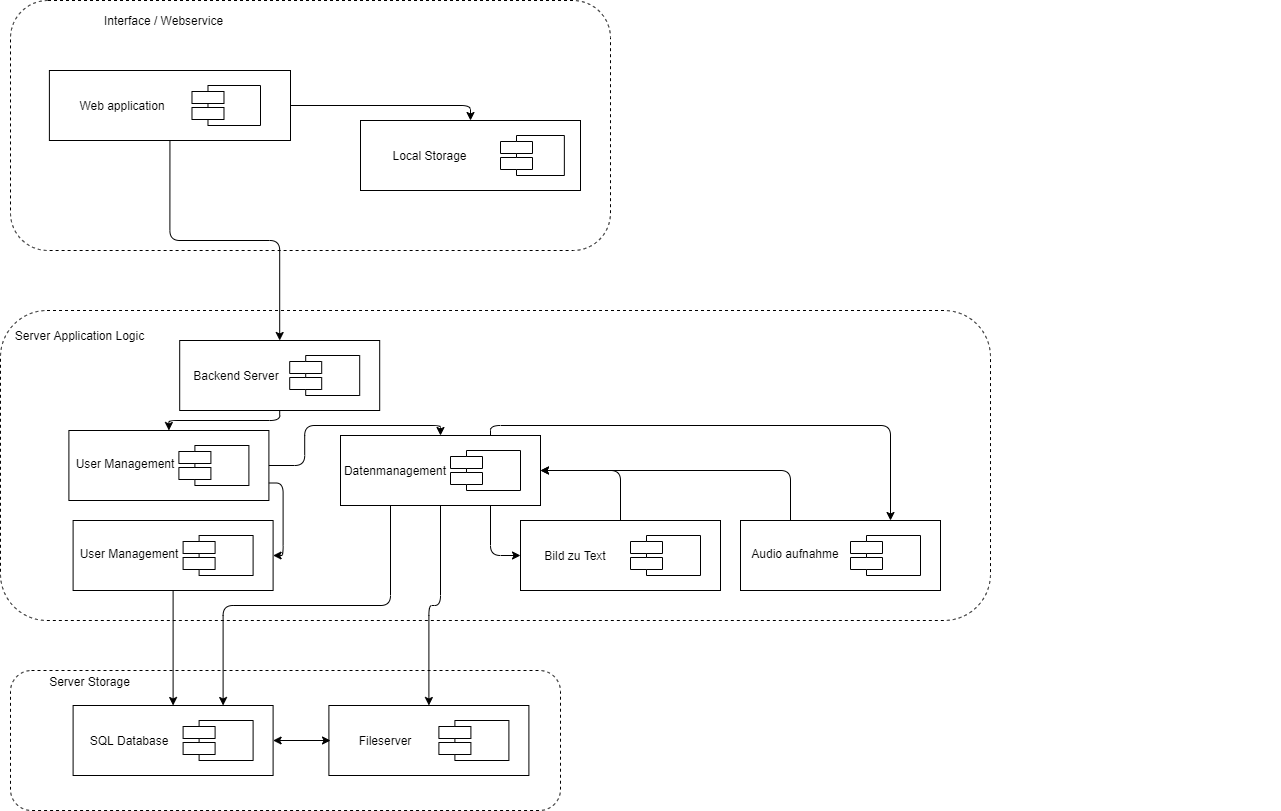
MindCollector-Softwareprojekt2021/MindCollector keeps this draw.io diagram as technische Beschreibung/systemarchitekturdiagramm.png. Above is the earlier version. Source tidied: cells renumbered, new cells last; positions are measured from the earlier drawing's top-left corner, leaving out a move shared by most shapes.
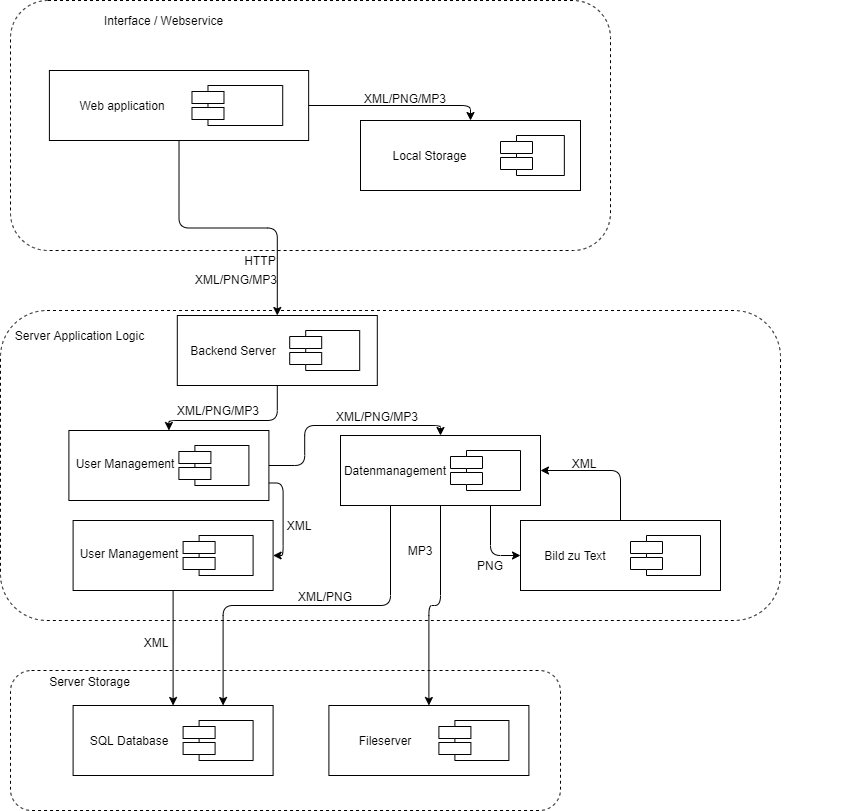
Later version of the same file.

Change to the diagram source:
```diff
@@ -3,25 +3,25 @@
     <mxCell id="0" />
     <mxCell id="1" parent="0" />
     <mxCell id="2" style="group;" parent="1" vertex="1">
-      <mxGeometry y="310" width="1280" height="310" as="geometry" />
+      <mxGeometry y="310" width="780" height="310" as="geometry" />
     </mxCell>
     <mxCell id="3" style="rounded=1;whiteSpace=wrap;html=1;dashed=1;" parent="2" vertex="1">
-      <mxGeometry width="990" height="310" as="geometry" />
+      <mxGeometry width="780" height="310" as="geometry" />
     </mxCell>
     <mxCell id="4" value="Server Application Logic" style="text;html=1;strokeColor=none;fillColor=none;align=center;verticalAlign=middle;whiteSpace=wrap;rounded=0;dashed=1;" parent="2" vertex="1">
       <mxGeometry x="8.4" y="12.4" width="143.2" height="24.8" as="geometry" />
     </mxCell>
     <mxCell id="5" style="shape=component;align=left;spacingLeft=36;rounded=0;shadow=0;comic=0;labelBackgroundColor=none;strokeWidth=1;fontFamily=Verdana;fontSize=12;html=1;" parent="2" vertex="1">
-      <mxGeometry x="279.2" y="35" width="70" height="40" as="geometry" />
+      <mxGeometry x="279.2" y="20" width="70" height="40" as="geometry" />
     </mxCell>
     <mxCell id="6" style="html=1;rounded=0;shadow=0;comic=0;labelBackgroundColor=none;strokeWidth=1;fontFamily=Verdana;fontSize=12;align=center;" parent="2" vertex="1">
-      <mxGeometry x="179.2" y="30" width="200" height="70" as="geometry" />
+      <mxGeometry x="176.8" y="5" width="200" height="70" as="geometry" />
     </mxCell>
     <mxCell id="7" style="shape=component;align=left;spacingLeft=36;rounded=0;shadow=0;comic=0;labelBackgroundColor=none;strokeWidth=1;fontFamily=Verdana;fontSize=12;html=1;" parent="2" vertex="1">
-      <mxGeometry x="289.2" y="45" width="70" height="40" as="geometry" />
+      <mxGeometry x="289.2" y="20" width="70" height="40" as="geometry" />
     </mxCell>
     <mxCell id="8" value="Backend Server" style="text;html=1;strokeColor=none;fillColor=none;align=center;verticalAlign=middle;whiteSpace=wrap;rounded=0;dashed=1;" parent="2" vertex="1">
-      <mxGeometry x="170.8" y="55" width="129.6" height="20" as="geometry" />
+      <mxGeometry x="168.4" y="30" width="129.6" height="20" as="geometry" />
     </mxCell>
     <mxCell id="9" style="shape=component;align=left;spacingLeft=36;rounded=0;shadow=0;comic=0;labelBackgroundColor=none;strokeWidth=1;fontFamily=Verdana;fontSize=12;html=1;" parent="2" vertex="1">
       <mxGeometry x="172.6" y="215" width="70" height="40" as="geometry" />
@@ -60,7 +60,12 @@
       <mxGeometry x="60" y="140" width="129.6" height="25" as="geometry" />
     </mxCell>
     <mxCell id="21" style="endArrow=classic;html=1;exitX=0.5;exitY=1;exitDx=0;exitDy=0;entryX=0.5;entryY=0;entryDx=0;entryDy=0;edgeStyle=orthogonalEdgeStyle;endFill=1;" parent="2" edge="1" source="6" target="18">
-      <mxGeometry relative="1" as="geometry" />
+      <mxGeometry relative="1" as="geometry">
+        <Array as="points">
+          <mxPoint x="277" y="110" />
+          <mxPoint x="168" y="110" />
+        </Array>
+      </mxGeometry>
     </mxCell>
     <mxCell id="22" style="endArrow=classic;html=1;exitX=1;exitY=0.5;exitDx=0;exitDy=0;entryX=0.5;entryY=0;entryDx=0;entryDy=0;edgeStyle=orthogonalEdgeStyle;endFill=1;" parent="2" edge="1" source="18" target="14">
       <mxGeometry relative="1" as="geometry" />
@@ -86,24 +91,21 @@
     <mxCell id="29" style="endArrow=classic;html=1;entryX=1;entryY=0.5;entryDx=0;entryDy=0;edgeStyle=orthogonalEdgeStyle;endFill=1;exitX=0.5;exitY=0;exitDx=0;exitDy=0;" parent="2" edge="1" source="25" target="14">
       <mxGeometry relative="1" as="geometry" />
     </mxCell>
-    <mxCell id="30" style="shape=component;align=left;spacingLeft=36;rounded=0;shadow=0;comic=0;labelBackgroundColor=none;strokeWidth=1;fontFamily=Verdana;fontSize=12;html=1;" parent="2" vertex="1">
-      <mxGeometry x="840" y="215" width="70" height="40" as="geometry" />
-    </mxCell>
-    <mxCell id="31" style="html=1;rounded=0;shadow=0;comic=0;labelBackgroundColor=none;strokeWidth=1;fontFamily=Verdana;fontSize=12;align=center;" parent="2" vertex="1">
-      <mxGeometry x="740" y="210" width="200" height="70" as="geometry" />
-    </mxCell>
-    <mxCell id="32" style="shape=component;align=left;spacingLeft=36;rounded=0;shadow=0;comic=0;labelBackgroundColor=none;strokeWidth=1;fontFamily=Verdana;fontSize=12;html=1;" parent="2" vertex="1">
-      <mxGeometry x="850" y="225" width="70" height="40" as="geometry" />
-    </mxCell>
-    <mxCell id="33" value="Audio aufnahme" style="text;html=1;strokeColor=none;fillColor=none;align=center;verticalAlign=middle;whiteSpace=wrap;rounded=0;dashed=1;" parent="2" vertex="1">
-      <mxGeometry x="730" y="232.5" width="129.6" height="20" as="geometry" />
-    </mxCell>
-    <mxCell id="34" style="endArrow=classic;html=1;entryX=0.75;entryY=0;entryDx=0;entryDy=0;edgeStyle=orthogonalEdgeStyle;endFill=1;exitX=0.75;exitY=0;exitDx=0;exitDy=0;" parent="2" edge="1" source="14" target="31">
-      <mxGeometry relative="1" as="geometry" />
-    </mxCell>
-    <mxCell id="35" style="endArrow=classic;html=1;entryX=1;entryY=0.5;entryDx=0;entryDy=0;edgeStyle=orthogonalEdgeStyle;endFill=1;exitX=0.25;exitY=0;exitDx=0;exitDy=0;" parent="2" edge="1" source="31" target="14">
-      <mxGeometry relative="1" as="geometry" />
-    </mxCell>
+    <mxCell id="63" value="XML" style="text;html=1;strokeColor=none;fillColor=none;align=center;verticalAlign=middle;whiteSpace=wrap;rounded=0;" parent="29" vertex="1">
+      <mxGeometry x="563.9" y="142.5" width="40" height="20" as="geometry" />
+    </mxCell>
+    <mxCell id="64" value="XML/PNG/MP3" style="text;html=1;strokeColor=none;fillColor=none;align=center;verticalAlign=middle;whiteSpace=wrap;rounded=0;" parent="2" vertex="1">
+      <mxGeometry x="198.4" y="90" width="40" height="20" as="geometry" />
+    </mxCell>
+    <mxCell id="65" value="PNG" style="text;html=1;strokeColor=none;fillColor=none;align=center;verticalAlign=middle;whiteSpace=wrap;rounded=0;" parent="2" vertex="1">
+      <mxGeometry x="470" y="245" width="40" height="20" as="geometry" />
+    </mxCell>
+    <mxCell id="66" value="MP3" style="text;html=1;strokeColor=none;fillColor=none;align=center;verticalAlign=middle;whiteSpace=wrap;rounded=0;" parent="2" vertex="1">
+      <mxGeometry x="400" y="230" width="40" height="20" as="geometry" />
+    </mxCell>
+    <mxCell id="67" value="XML" style="text;html=1;strokeColor=none;fillColor=none;align=center;verticalAlign=middle;whiteSpace=wrap;rounded=0;" parent="2" vertex="1">
+      <mxGeometry x="279.2" y="205" width="40" height="20" as="geometry" />
+    </mxCell>
     <mxCell id="36" style="group;" parent="1" vertex="1">
       <mxGeometry x="10" width="840" height="250" as="geometry" />
     </mxCell>
@@ -123,10 +125,10 @@
       <mxGeometry y="70" width="350" height="70" as="geometry" />
     </mxCell>
     <mxCell id="42" style="html=1;rounded=0;shadow=0;comic=0;labelBackgroundColor=none;strokeWidth=1;fontFamily=Verdana;fontSize=12;align=center;" parent="41" vertex="1">
-      <mxGeometry x="38.9" width="241.1" height="70" as="geometry" />
+      <mxGeometry x="38.9" width="259.3" height="70" as="geometry" />
     </mxCell>
     <mxCell id="43" style="shape=component;align=left;spacingLeft=36;rounded=0;shadow=0;comic=0;labelBackgroundColor=none;strokeWidth=1;fontFamily=Verdana;fontSize=12;html=1;" parent="41" vertex="1">
-      <mxGeometry x="181.5" y="15" width="68.5" height="40" as="geometry" />
+      <mxGeometry x="181.5" y="15" width="90.7" height="40" as="geometry" />
     </mxCell>
     <mxCell id="44" value="Web application" style="text;html=1;strokeColor=none;fillColor=none;align=center;verticalAlign=middle;whiteSpace=wrap;rounded=0;dashed=1;" parent="41" vertex="1">
       <mxGeometry x="28" y="25" width="168" height="20" as="geometry" />
@@ -182,10 +184,23 @@
     <mxCell id="61" style="endArrow=classic;html=1;exitX=0.5;exitY=1;exitDx=0;exitDy=0;entryX=0.5;entryY=0;entryDx=0;entryDy=0;edgeStyle=orthogonalEdgeStyle;endFill=1;" parent="1" edge="1" source="10" target="51">
       <mxGeometry relative="1" as="geometry" />
     </mxCell>
-    <mxCell id="62" style="endArrow=classic;html=1;entryX=1;entryY=0.5;entryDx=0;entryDy=0;edgeStyle=orthogonalEdgeStyle;endFill=1;startArrow=classic;startFill=1;" parent="1" edge="1" target="51">
-      <mxGeometry relative="1" as="geometry">
-        <mxPoint x="330" y="740" as="sourcePoint" />
-      </mxGeometry>
-    </mxCell>
+    <mxCell id="68" value="XML/PNG/MP3" style="text;html=1;strokeColor=none;fillColor=none;align=center;verticalAlign=middle;whiteSpace=wrap;rounded=0;" parent="1" vertex="1">
+      <mxGeometry x="216" y="269" width="40" height="20" as="geometry" />
+    </mxCell>
+    <mxCell id="69" value="HTTP" style="text;html=1;strokeColor=none;fillColor=none;align=center;verticalAlign=middle;whiteSpace=wrap;rounded=0;" parent="1" vertex="1">
+      <mxGeometry x="240" y="250" width="40" height="20" as="geometry" />
+    </mxCell>
+    <mxCell id="70" value="XML/PNG/MP3" style="text;html=1;strokeColor=none;fillColor=none;align=center;verticalAlign=middle;whiteSpace=wrap;rounded=0;" parent="1" vertex="1">
+      <mxGeometry x="385" y="88" width="40" height="20" as="geometry" />
+    </mxCell>
+    <mxCell id="71" value="XML/PNG/MP3" style="text;html=1;strokeColor=none;fillColor=none;align=center;verticalAlign=middle;whiteSpace=wrap;rounded=0;" parent="1" vertex="1">
+      <mxGeometry x="357" y="406" width="40" height="20" as="geometry" />
+    </mxCell>
+    <mxCell id="72" value="XML/PNG" style="text;html=1;strokeColor=none;fillColor=none;align=center;verticalAlign=middle;whiteSpace=wrap;rounded=0;" parent="1" vertex="1">
+      <mxGeometry x="305" y="586" width="40" height="20" as="geometry" />
+    </mxCell>
+    <mxCell id="73" value="XML" style="text;html=1;strokeColor=none;fillColor=none;align=center;verticalAlign=middle;whiteSpace=wrap;rounded=0;" parent="1" vertex="1">
+      <mxGeometry x="136" y="632" width="40" height="20" as="geometry" />
+    </mxCell>
   </root>
 </mxGraphModel>
```
